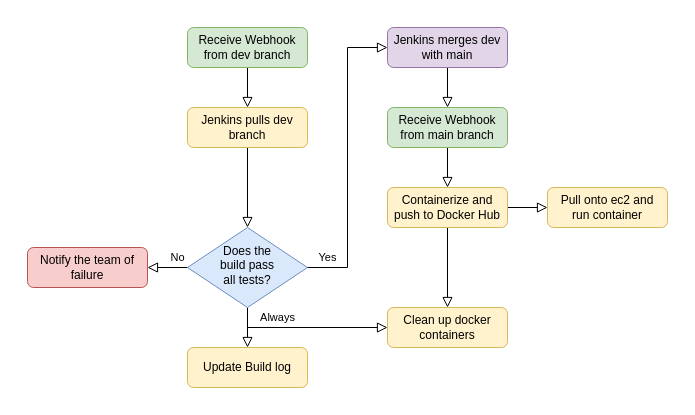
The draw.io diagram images/pipeline.drawio in SaCut/eng84_final_CICD, before the edit. Source tidied: cells renumbered, new cells numbered last; positions are measured from the earlier drawing's top-left corner, leaving out a move shared by most shapes. Both pictures are drawn from the tidied source at 100%, with x=0, y=0 at pixel (27, 27).
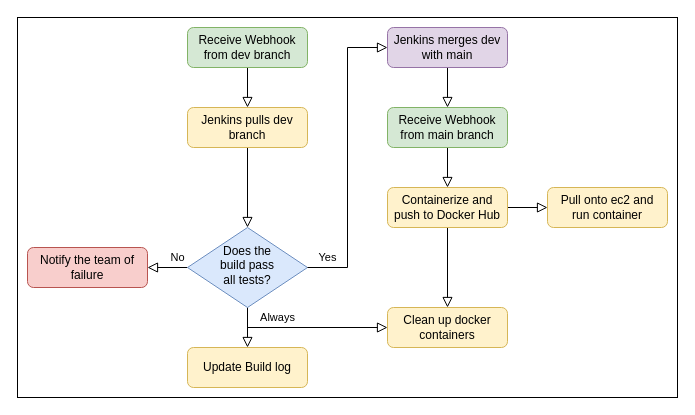
After the change.

Diff of the diagram source:
```diff
@@
+    <mxCell id="22" style="rounded=0;whiteSpace=wrap;html=1;" parent="1" vertex="1">
+      <mxGeometry x="-10" y="-10" width="660" height="380" as="geometry" />
+    </mxCell>
```
